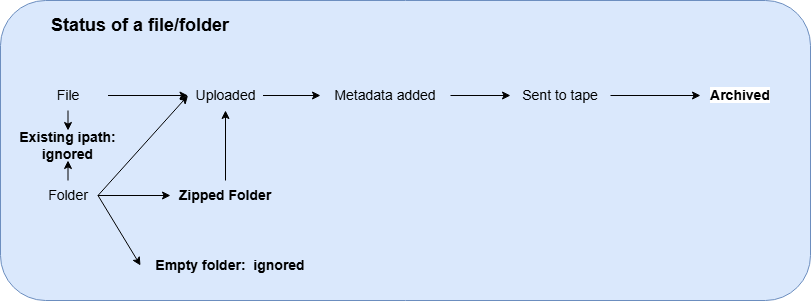
This is docs/statusses.png from JTvD/iRODS_ingest, a draw.io export, as it was before one commit. Source tidied: cells renumbered, new cells last; positions are measured from the earlier drawing's top-left corner, leaving out a move shared by most shapes. The source it was exported from:
```xml
<mxGraphModel>
  <root>
    <mxCell id="0" />
    <mxCell id="1" parent="0" />
    <mxCell id="2" style="rounded=1;whiteSpace=wrap;html=1;fontSize=14;fillColor=#dae8fc;strokeColor=#6c8ebf;" parent="1" vertex="1">
      <mxGeometry width="810" height="300" as="geometry" />
    </mxCell>
    <mxCell id="3" value="&lt;font size=&quot;1&quot; style=&quot;&quot;&gt;&lt;b style=&quot;font-size: 18px;&quot;&gt;Status of a file/folder&lt;/b&gt;&lt;/font&gt;" style="text;html=1;align=center;verticalAlign=middle;whiteSpace=wrap;rounded=0;fontSize=17;" parent="1" vertex="1">
      <mxGeometry x="40" y="10" width="200" height="30" as="geometry" />
    </mxCell>
    <mxCell id="4" value="Empty folder:&amp;nbsp; ignored" style="text;html=1;align=center;verticalAlign=middle;whiteSpace=wrap;rounded=0;fontSize=14;fontStyle=1;" parent="1" vertex="1">
      <mxGeometry x="140" y="250" width="180" height="30" as="geometry" />
    </mxCell>
    <mxCell id="5" value="File" style="text;html=1;align=center;verticalAlign=middle;whiteSpace=wrap;rounded=0;fontSize=14;" parent="1" vertex="1">
      <mxGeometry x="27.5" y="80" width="80" height="30" as="geometry" />
    </mxCell>
    <mxCell id="6" value="Uploaded" style="text;html=1;align=center;verticalAlign=middle;whiteSpace=wrap;rounded=0;fontSize=14;" parent="1" vertex="1">
      <mxGeometry x="187.5" y="80" width="75" height="30" as="geometry" />
    </mxCell>
    <mxCell id="7" value="Folder" style="text;html=1;align=center;verticalAlign=middle;whiteSpace=wrap;rounded=0;fontSize=14;" parent="1" vertex="1">
      <mxGeometry x="37.5" y="180" width="60" height="30" as="geometry" />
    </mxCell>
    <mxCell id="8" style="endArrow=classic;html=1;rounded=0;exitX=1;exitY=0.5;exitDx=0;exitDy=0;entryX=0;entryY=0.5;entryDx=0;entryDy=0;fontSize=14;" parent="1" edge="1" source="7" target="4">
      <mxGeometry relative="1" as="geometry" />
    </mxCell>
    <mxCell id="9" style="endArrow=classic;html=1;rounded=0;exitX=1;exitY=0.5;exitDx=0;exitDy=0;entryX=0;entryY=0.5;entryDx=0;entryDy=0;fontSize=14;" parent="1" edge="1" source="5" target="6">
      <mxGeometry relative="1" as="geometry" />
    </mxCell>
    <mxCell id="10" value="&lt;div style=&quot;font-size: 14px; line-height: 19px; white-space: pre;&quot;&gt;&lt;font face=&quot;Helvetica&quot;&gt;Metadata added&lt;/font&gt;&lt;/div&gt;" style="text;html=1;align=center;verticalAlign=middle;whiteSpace=wrap;rounded=0;fontSize=14;" parent="1" vertex="1">
      <mxGeometry x="320" y="80" width="130" height="30" as="geometry" />
    </mxCell>
    <mxCell id="11" value="&lt;div style=&quot;font-size: 14px; line-height: 19px; white-space: pre;&quot;&gt;&lt;font face=&quot;Helvetica&quot;&gt;Sent to tape&lt;/font&gt;&lt;/div&gt;" style="text;html=1;align=center;verticalAlign=middle;whiteSpace=wrap;rounded=0;fontSize=14;" parent="1" vertex="1">
      <mxGeometry x="510" y="80" width="100" height="30" as="geometry" />
    </mxCell>
    <mxCell id="12" value="&lt;div style=&quot;font-size: 14px; line-height: 19px; white-space: pre;&quot;&gt;&lt;span style=&quot;background-color: rgb(255, 255, 255); font-size: 14px;&quot;&gt;Archived&lt;/span&gt;&lt;/div&gt;" style="text;html=1;align=center;verticalAlign=middle;whiteSpace=wrap;rounded=0;fontSize=14;fontStyle=1;" parent="1" vertex="1">
      <mxGeometry x="700" y="80" width="80" height="30" as="geometry" />
    </mxCell>
    <mxCell id="13" value="&lt;div style=&quot;font-size: 14px; line-height: 19px; white-space: pre;&quot;&gt;&lt;font face=&quot;Helvetica&quot;&gt;Zipped Folder&lt;/font&gt;&lt;/div&gt;" style="text;html=1;align=center;verticalAlign=middle;whiteSpace=wrap;rounded=0;fontSize=14;fontStyle=1;" parent="1" vertex="1">
      <mxGeometry x="170" y="180" width="110" height="30" as="geometry" />
    </mxCell>
    <mxCell id="14" style="endArrow=classic;html=1;rounded=0;exitX=1;exitY=0.5;exitDx=0;exitDy=0;fontSize=14;" parent="1" edge="1" source="7" target="13">
      <mxGeometry relative="1" as="geometry" />
    </mxCell>
    <mxCell id="15" style="endArrow=classic;html=1;rounded=0;exitX=1;exitY=0.5;exitDx=0;exitDy=0;entryX=0;entryY=0.5;entryDx=0;entryDy=0;fontSize=14;" parent="1" edge="1" source="7" target="6">
      <mxGeometry relative="1" as="geometry" />
    </mxCell>
    <mxCell id="16" style="endArrow=classic;html=1;rounded=0;entryX=0.5;entryY=1;entryDx=0;entryDy=0;fontSize=14;" parent="1" edge="1" source="13" target="6">
      <mxGeometry relative="1" as="geometry" />
    </mxCell>
    <mxCell id="17" style="endArrow=classic;html=1;rounded=0;exitX=1;exitY=0.5;exitDx=0;exitDy=0;fontSize=14;" parent="1" edge="1" source="6" target="10">
      <mxGeometry relative="1" as="geometry" />
    </mxCell>
    <mxCell id="18" style="endArrow=classic;html=1;rounded=0;exitX=1;exitY=0.5;exitDx=0;exitDy=0;fontSize=14;" parent="1" edge="1" source="10" target="11">
      <mxGeometry relative="1" as="geometry" />
    </mxCell>
    <mxCell id="19" style="endArrow=classic;html=1;rounded=0;exitX=1;exitY=0.5;exitDx=0;exitDy=0;entryX=0;entryY=0.5;entryDx=0;entryDy=0;fontSize=14;" parent="1" edge="1" source="11" target="12">
      <mxGeometry relative="1" as="geometry" />
    </mxCell>
    <mxCell id="20" value="Existing ipath: ignored" style="text;html=1;align=center;verticalAlign=middle;whiteSpace=wrap;rounded=0;fontSize=14;fontStyle=1;" parent="1" vertex="1">
      <mxGeometry x="10" y="130" width="115" height="30" as="geometry" />
    </mxCell>
    <mxCell id="21" style="endArrow=classic;html=1;rounded=0;exitX=0.5;exitY=0;exitDx=0;exitDy=0;entryX=0.5;entryY=1;entryDx=0;entryDy=0;" parent="1" edge="1" source="7" target="20">
      <mxGeometry relative="1" as="geometry" />
    </mxCell>
    <mxCell id="22" style="endArrow=classic;html=1;rounded=0;exitX=0.5;exitY=1;exitDx=0;exitDy=0;entryX=0.5;entryY=0;entryDx=0;entryDy=0;" parent="1" edge="1" source="5" target="20">
      <mxGeometry relative="1" as="geometry" />
    </mxCell>
  </root>
</mxGraphModel>
```
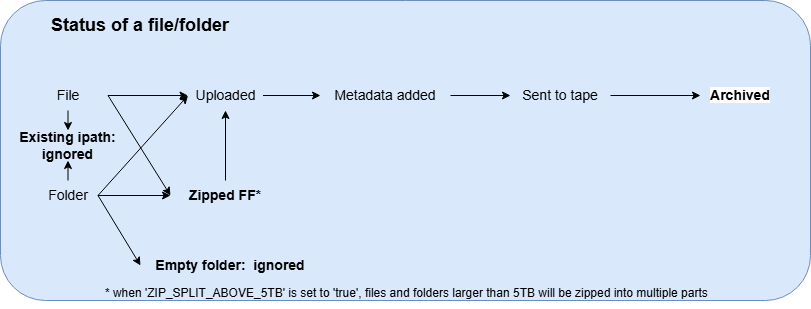
After the change.

Diff of the diagram source:
```diff
@@ -35,7 +35,7 @@
     <mxCell id="12" value="&lt;div style=&quot;font-size: 14px; line-height: 19px; white-space: pre;&quot;&gt;&lt;span style=&quot;background-color: rgb(255, 255, 255); font-size: 14px;&quot;&gt;Archived&lt;/span&gt;&lt;/div&gt;" style="text;html=1;align=center;verticalAlign=middle;whiteSpace=wrap;rounded=0;fontSize=14;fontStyle=1;" parent="1" vertex="1">
       <mxGeometry x="700" y="80" width="80" height="30" as="geometry" />
     </mxCell>
-    <mxCell id="13" value="&lt;div style=&quot;font-size: 14px; line-height: 19px; white-space: pre;&quot;&gt;&lt;font face=&quot;Helvetica&quot;&gt;Zipped Folder&lt;/font&gt;&lt;/div&gt;" style="text;html=1;align=center;verticalAlign=middle;whiteSpace=wrap;rounded=0;fontSize=14;fontStyle=1;" parent="1" vertex="1">
+    <mxCell id="13" value="&lt;div style=&quot;font-size: 14px; line-height: 19px; white-space: pre;&quot;&gt;&lt;font face=&quot;Helvetica&quot;&gt;Zipped FF*&lt;/font&gt;&lt;/div&gt;" style="text;html=1;align=center;verticalAlign=middle;whiteSpace=wrap;rounded=0;fontSize=14;fontStyle=1;" parent="1" vertex="1">
       <mxGeometry x="170" y="180" width="110" height="30" as="geometry" />
     </mxCell>
     <mxCell id="14" style="endArrow=classic;html=1;rounded=0;exitX=1;exitY=0.5;exitDx=0;exitDy=0;fontSize=14;" parent="1" edge="1" source="7" target="13">
@@ -65,5 +65,11 @@
     <mxCell id="22" style="endArrow=classic;html=1;rounded=0;exitX=0.5;exitY=1;exitDx=0;exitDy=0;entryX=0.5;entryY=0;entryDx=0;entryDy=0;" parent="1" edge="1" source="5" target="20">
       <mxGeometry relative="1" as="geometry" />
     </mxCell>
+    <mxCell id="23" value="* when 'ZIP_SPLIT_ABOVE_5TB' is set to 'true', files and folders larger than 5TB will be zipped into multiple parts&amp;nbsp;" style="text;html=1;align=center;verticalAlign=middle;whiteSpace=wrap;rounded=0;" parent="1" vertex="1">
+      <mxGeometry x="97.5" y="278" width="620" height="30" as="geometry" />
+    </mxCell>
+    <mxCell id="24" style="endArrow=classic;html=1;rounded=0;exitX=1;exitY=0.5;exitDx=0;exitDy=0;entryX=0;entryY=0.5;entryDx=0;entryDy=0;" parent="1" edge="1" source="5" target="13">
+      <mxGeometry relative="1" as="geometry" />
+    </mxCell>
   </root>
 </mxGraphModel>
```
